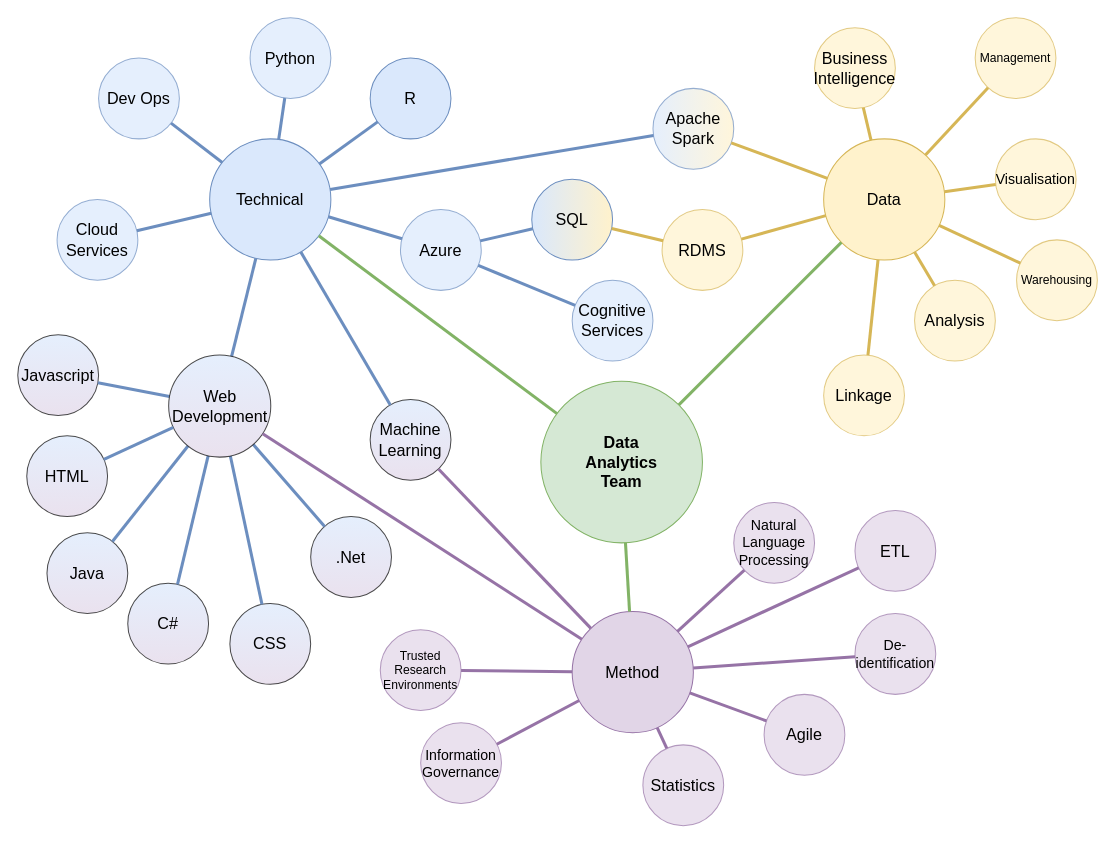
Before: images/dat/dat_skills_1.drawio in LIDA-Data-Analytics-Team/laserdocs_test, a draw.io diagram. Source tidied: cells renumbered, new cells numbered last; positions are measured from the earlier drawing's top-left corner, leaving out a move shared by most shapes. Both pictures are drawn from the tidied source at 101%, with x=0, y=0 at pixel (17, 17).
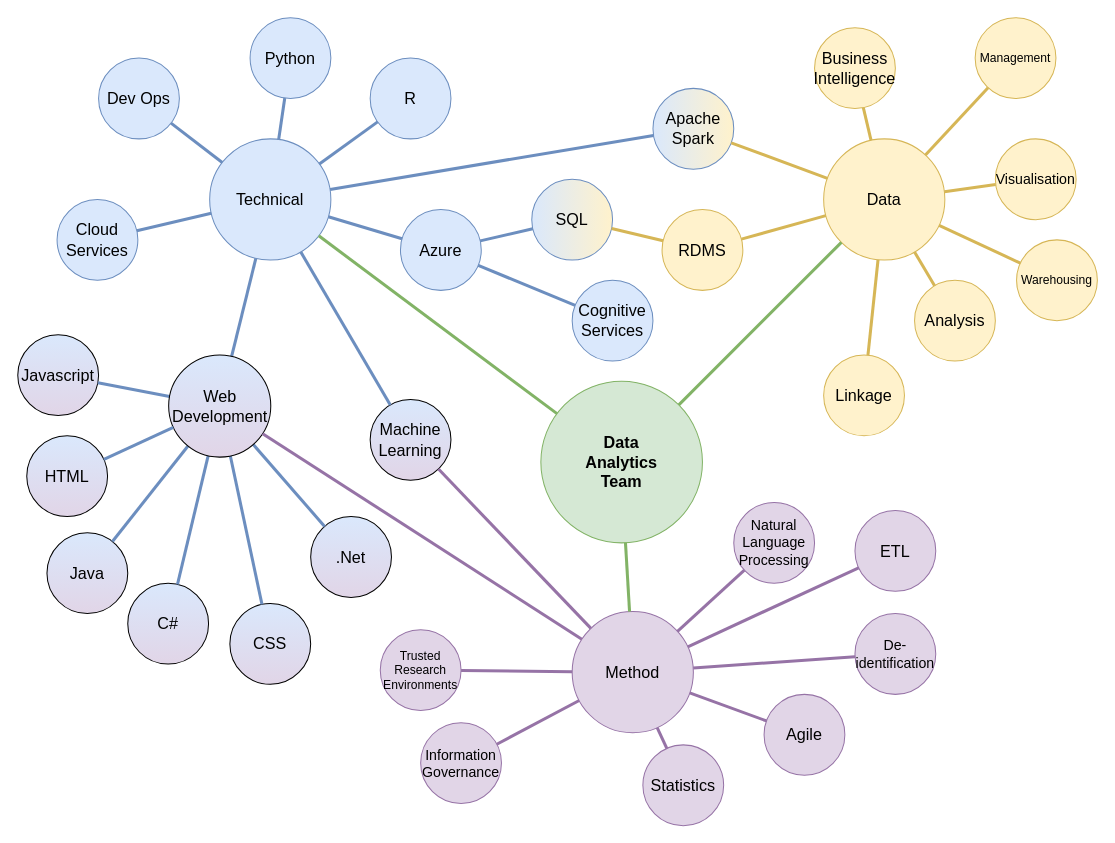
After the change.

The edit, as a diff of the source:
```diff
@@
-    <mxCell id="6" value="Business&lt;br style=&quot;font-size: 16px;&quot;&gt;Intelligence" style="ellipse;whiteSpace=wrap;html=1;fillColor=#fff2cc;strokeColor=#d6b656;opacity=70;fontSize=16;" parent="1" vertex="1">
+    <mxCell id="6" value="Business&lt;br style=&quot;font-size: 16px;&quot;&gt;Intelligence" style="ellipse;whiteSpace=wrap;html=1;fillColor=#fff2cc;strokeColor=#d6b656;fontSize=16;" parent="1" vertex="1">
       <mxGeometry x="789" y="10" width="80" height="80" as="geometry" />
     </mxCell>
@@
-    <mxCell id="11" value="Analysis" style="ellipse;whiteSpace=wrap;html=1;fillColor=#fff2cc;strokeColor=#d6b656;opacity=70;fontSize=16;" parent="1" vertex="1">
+    <mxCell id="11" value="Analysis" style="ellipse;whiteSpace=wrap;html=1;fillColor=#fff2cc;strokeColor=#d6b656;fontSize=16;" parent="1" vertex="1">
       <mxGeometry x="888" y="260" width="80" height="80" as="geometry" />
     </mxCell>
@@
-    <mxCell id="13" value="Linkage" style="ellipse;whiteSpace=wrap;html=1;fillColor=#fff2cc;strokeColor=#d6b656;opacity=70;fontSize=16;" parent="1" vertex="1">
+    <mxCell id="13" value="Linkage" style="ellipse;whiteSpace=wrap;html=1;fillColor=#fff2cc;strokeColor=#d6b656;fontSize=16;" parent="1" vertex="1">
       <mxGeometry x="798" y="334" width="80" height="80" as="geometry" />
     </mxCell>
@@
-    <mxCell id="15" value="Management" style="ellipse;whiteSpace=wrap;html=1;fillColor=#fff2cc;strokeColor=#d6b656;opacity=70;fontSize=12;" parent="1" vertex="1">
+    <mxCell id="15" value="Management" style="ellipse;whiteSpace=wrap;html=1;fillColor=#fff2cc;strokeColor=#d6b656;fontSize=12;" parent="1" vertex="1">
       <mxGeometry x="948" width="80" height="80" as="geometry" />
     </mxCell>
@@
-    <mxCell id="17" value="Visualisation" style="ellipse;whiteSpace=wrap;html=1;fillColor=#fff2cc;strokeColor=#d6b656;opacity=70;fontSize=14;" parent="1" vertex="1">
+    <mxCell id="17" value="Visualisation" style="ellipse;whiteSpace=wrap;html=1;fillColor=#fff2cc;strokeColor=#d6b656;fontSize=14;" parent="1" vertex="1">
       <mxGeometry x="968" y="120" width="80" height="80" as="geometry" />
     </mxCell>
@@
-    <mxCell id="19" value="Warehousing" style="ellipse;whiteSpace=wrap;html=1;fillColor=#fff2cc;strokeColor=#d6b656;opacity=70;fontSize=12;" parent="1" vertex="1">
+    <mxCell id="19" value="Warehousing" style="ellipse;whiteSpace=wrap;html=1;fillColor=#fff2cc;strokeColor=#d6b656;fontSize=12;" parent="1" vertex="1">
       <mxGeometry x="989" y="220" width="80" height="80" as="geometry" />
     </mxCell>
@@
-    <mxCell id="21" value="RDMS" style="ellipse;whiteSpace=wrap;html=1;fillColor=#fff2cc;strokeColor=#d6b656;opacity=70;fontSize=16;" parent="1" vertex="1">
+    <mxCell id="21" value="RDMS" style="ellipse;whiteSpace=wrap;html=1;fillColor=#fff2cc;strokeColor=#d6b656;fontSize=16;" parent="1" vertex="1">
       <mxGeometry x="638" y="190" width="80" height="80" as="geometry" />
     </mxCell>
@@
-    <mxCell id="23" value=".Net" style="ellipse;whiteSpace=wrap;html=1;fillColor=#dae8fc;gradientColor=#e1d5e7;opacity=70;fontSize=16;" parent="1" vertex="1">
+    <mxCell id="23" value=".Net" style="ellipse;whiteSpace=wrap;html=1;fillColor=#dae8fc;gradientColor=#e1d5e7;fontSize=16;" parent="1" vertex="1">
       <mxGeometry x="290.1" y="494" width="80" height="80" as="geometry" />
     </mxCell>
@@
-    <mxCell id="25" value="Cloud Services" style="ellipse;whiteSpace=wrap;html=1;fillColor=#dae8fc;strokeColor=#6c8ebf;opacity=70;fontSize=16;" parent="1" vertex="1">
+    <mxCell id="25" value="Cloud Services" style="ellipse;whiteSpace=wrap;html=1;fillColor=#dae8fc;strokeColor=#6c8ebf;fontSize=16;" parent="1" vertex="1">
       <mxGeometry x="39" y="180" width="80" height="80" as="geometry" />
     </mxCell>
@@
-    <mxCell id="29" value="Apache&lt;br style=&quot;font-size: 16px;&quot;&gt;Spark" style="ellipse;whiteSpace=wrap;html=1;fillColor=#dae8fc;strokeColor=#6c8ebf;opacity=70;gradientDirection=east;gradientColor=#fff2cc;fontSize=16;" parent="1" vertex="1">
+    <mxCell id="29" value="Apache&lt;br style=&quot;font-size: 16px;&quot;&gt;Spark" style="ellipse;whiteSpace=wrap;html=1;fillColor=#dae8fc;strokeColor=#6c8ebf;gradientDirection=east;gradientColor=#fff2cc;fontSize=16;" parent="1" vertex="1">
       <mxGeometry x="629" y="70" width="80" height="80" as="geometry" />
     </mxCell>
@@
-    <mxCell id="31" value="C#" style="ellipse;whiteSpace=wrap;html=1;fillColor=#dae8fc;gradientColor=#e1d5e7;opacity=70;fontSize=16;" parent="1" vertex="1">
+    <mxCell id="31" value="C#" style="ellipse;whiteSpace=wrap;html=1;fillColor=#dae8fc;gradientColor=#e1d5e7;fontSize=16;" parent="1" vertex="1">
       <mxGeometry x="109" y="560" width="80" height="80" as="geometry" />
     </mxCell>
@@
-    <mxCell id="33" value="Cognitive Services" style="ellipse;whiteSpace=wrap;html=1;fillColor=#dae8fc;strokeColor=#6c8ebf;opacity=70;fontSize=16;" parent="1" vertex="1">
+    <mxCell id="33" value="Cognitive Services" style="ellipse;whiteSpace=wrap;html=1;fillColor=#dae8fc;strokeColor=#6c8ebf;fontSize=16;" parent="1" vertex="1">
       <mxGeometry x="549" y="260" width="80" height="80" as="geometry" />
     </mxCell>
-    <mxCell id="34" value="Azure" style="ellipse;whiteSpace=wrap;html=1;fillColor=#dae8fc;strokeColor=#6c8ebf;opacity=70;fontSize=16;" parent="1" vertex="1">
+    <mxCell id="34" value="Azure" style="ellipse;whiteSpace=wrap;html=1;fillColor=#dae8fc;strokeColor=#6c8ebf;fontSize=16;" parent="1" vertex="1">
       <mxGeometry x="379" y="190" width="80" height="80" as="geometry" />
     </mxCell>
@@
-    <mxCell id="37" value="CSS" style="ellipse;whiteSpace=wrap;html=1;fillColor=#dae8fc;gradientColor=#e1d5e7;opacity=70;fontSize=16;" parent="1" vertex="1">
+    <mxCell id="37" value="CSS" style="ellipse;whiteSpace=wrap;html=1;fillColor=#dae8fc;gradientColor=#e1d5e7;fontSize=16;" parent="1" vertex="1">
       <mxGeometry x="210.1" y="580" width="80" height="80" as="geometry" />
     </mxCell>
@@
-    <mxCell id="39" value="Dev Ops" style="ellipse;whiteSpace=wrap;html=1;fillColor=#dae8fc;strokeColor=#6c8ebf;opacity=70;fontSize=16;" parent="1" vertex="1">
+    <mxCell id="39" value="Dev Ops" style="ellipse;whiteSpace=wrap;html=1;fillColor=#dae8fc;strokeColor=#6c8ebf;fontSize=16;" parent="1" vertex="1">
       <mxGeometry x="80.1" y="40" width="80" height="80" as="geometry" />
     </mxCell>
@@
-    <mxCell id="41" value="HTML" style="ellipse;whiteSpace=wrap;html=1;fillColor=#dae8fc;gradientColor=#e1d5e7;opacity=70;fontSize=16;" parent="1" vertex="1">
+    <mxCell id="41" value="HTML" style="ellipse;whiteSpace=wrap;html=1;fillColor=#dae8fc;gradientColor=#e1d5e7;fontSize=16;" parent="1" vertex="1">
       <mxGeometry x="9" y="414" width="80" height="80" as="geometry" />
     </mxCell>
@@
-    <mxCell id="43" value="Java" style="ellipse;whiteSpace=wrap;html=1;fillColor=#dae8fc;gradientColor=#e1d5e7;opacity=70;fontSize=16;" parent="1" vertex="1">
+    <mxCell id="43" value="Java" style="ellipse;whiteSpace=wrap;html=1;fillColor=#dae8fc;gradientColor=#e1d5e7;fontSize=16;" parent="1" vertex="1">
       <mxGeometry x="29" y="510" width="80" height="80" as="geometry" />
     </mxCell>
-    <mxCell id="44" value="Javascript" style="ellipse;whiteSpace=wrap;html=1;fillColor=#dae8fc;gradientColor=#e1d5e7;opacity=70;fontSize=16;" parent="1" vertex="1">
+    <mxCell id="44" value="Javascript" style="ellipse;whiteSpace=wrap;html=1;fillColor=#dae8fc;gradientColor=#e1d5e7;fontSize=16;" parent="1" vertex="1">
       <mxGeometry x="0.1" y="314" width="80" height="80" as="geometry" />
     </mxCell>
@@
-    <mxCell id="47" value="Python" style="ellipse;whiteSpace=wrap;html=1;gradientDirection=east;fillColor=#dae8fc;strokeColor=#6c8ebf;gradientColor=none;opacity=70;fontSize=16;" parent="1" vertex="1">
+    <mxCell id="47" value="Python" style="ellipse;whiteSpace=wrap;html=1;gradientDirection=east;fillColor=#dae8fc;strokeColor=#6c8ebf;gradientColor=none;fontSize=16;" parent="1" vertex="1">
       <mxGeometry x="230.1" width="80" height="80" as="geometry" />
     </mxCell>
@@
-    <mxCell id="51" value="Agile" style="ellipse;whiteSpace=wrap;html=1;fillColor=#e1d5e7;strokeColor=#9673a6;opacity=70;fontSize=16;" parent="1" vertex="1">
+    <mxCell id="51" value="Agile" style="ellipse;whiteSpace=wrap;html=1;fillColor=#e1d5e7;strokeColor=#9673a6;fontSize=16;" parent="1" vertex="1">
       <mxGeometry x="739" y="670" width="80" height="80" as="geometry" />
     </mxCell>
@@
-    <mxCell id="53" value="De-identification" style="ellipse;whiteSpace=wrap;html=1;fillColor=#e1d5e7;strokeColor=#9673a6;opacity=70;fontSize=14;" parent="1" vertex="1">
+    <mxCell id="53" value="De-identification" style="ellipse;whiteSpace=wrap;html=1;fillColor=#e1d5e7;strokeColor=#9673a6;fontSize=14;" parent="1" vertex="1">
       <mxGeometry x="829" y="590" width="80" height="80" as="geometry" />
     </mxCell>
@@
-    <mxCell id="55" value="ETL" style="ellipse;whiteSpace=wrap;html=1;fillColor=#e1d5e7;strokeColor=#9673a6;opacity=70;fontSize=16;" parent="1" vertex="1">
+    <mxCell id="55" value="ETL" style="ellipse;whiteSpace=wrap;html=1;fillColor=#e1d5e7;strokeColor=#9673a6;fontSize=16;" parent="1" vertex="1">
       <mxGeometry x="829" y="488" width="80" height="80" as="geometry" />
     </mxCell>
@@
-    <mxCell id="57" value="Information Governance" style="ellipse;whiteSpace=wrap;html=1;fillColor=#e1d5e7;strokeColor=#9673a6;opacity=70;fontSize=14;" parent="1" vertex="1">
+    <mxCell id="57" value="Information Governance" style="ellipse;whiteSpace=wrap;html=1;fillColor=#e1d5e7;strokeColor=#9673a6;fontSize=14;" parent="1" vertex="1">
       <mxGeometry x="399" y="698" width="80" height="80" as="geometry" />
     </mxCell>
@@
-    <mxCell id="59" value="Machine Learning" style="ellipse;whiteSpace=wrap;html=1;gradientColor=#e1d5e7;fillColor=#dae8fc;opacity=70;fontSize=16;" parent="1" vertex="1">
+    <mxCell id="59" value="Machine Learning" style="ellipse;whiteSpace=wrap;html=1;gradientColor=#e1d5e7;fillColor=#dae8fc;fontSize=16;" parent="1" vertex="1">
       <mxGeometry x="349" y="378" width="80" height="80" as="geometry" />
     </mxCell>
@@
-    <mxCell id="61" value="Natural Language Processing" style="ellipse;whiteSpace=wrap;html=1;fillColor=#e1d5e7;strokeColor=#9673a6;opacity=70;fontSize=14;" parent="1" vertex="1">
+    <mxCell id="61" value="Natural Language Processing" style="ellipse;whiteSpace=wrap;html=1;fillColor=#e1d5e7;strokeColor=#9673a6;fontSize=14;" parent="1" vertex="1">
       <mxGeometry x="709" y="480" width="80" height="80" as="geometry" />
     </mxCell>
@@
-    <mxCell id="63" value="Statistics" style="ellipse;whiteSpace=wrap;html=1;fillColor=#e1d5e7;strokeColor=#9673a6;opacity=70;fontSize=16;" parent="1" vertex="1">
+    <mxCell id="63" value="Statistics" style="ellipse;whiteSpace=wrap;html=1;fillColor=#e1d5e7;strokeColor=#9673a6;fontSize=16;" parent="1" vertex="1">
       <mxGeometry x="619" y="720" width="80" height="80" as="geometry" />
     </mxCell>
@@
-    <mxCell id="65" value="Trusted Research Environments" style="ellipse;whiteSpace=wrap;html=1;fillColor=#e1d5e7;strokeColor=#9673a6;opacity=70;fontSize=12;" parent="1" vertex="1">
+    <mxCell id="65" value="Trusted Research Environments" style="ellipse;whiteSpace=wrap;html=1;fillColor=#e1d5e7;strokeColor=#9673a6;fontSize=12;" parent="1" vertex="1">
       <mxGeometry x="359" y="606" width="80" height="80" as="geometry" />
     </mxCell>
@@
-    <mxCell id="67" value="Web Development" style="ellipse;whiteSpace=wrap;html=1;fillColor=#dae8fc;gradientColor=#e1d5e7;opacity=70;fontSize=16;" parent="1" vertex="1">
+    <mxCell id="67" value="Web Development" style="ellipse;whiteSpace=wrap;html=1;fillColor=#dae8fc;gradientColor=#e1d5e7;fontSize=16;" parent="1" vertex="1">
       <mxGeometry x="149.5" y="334" width="101.1" height="101.1" as="geometry" />
     </mxCell>
```
